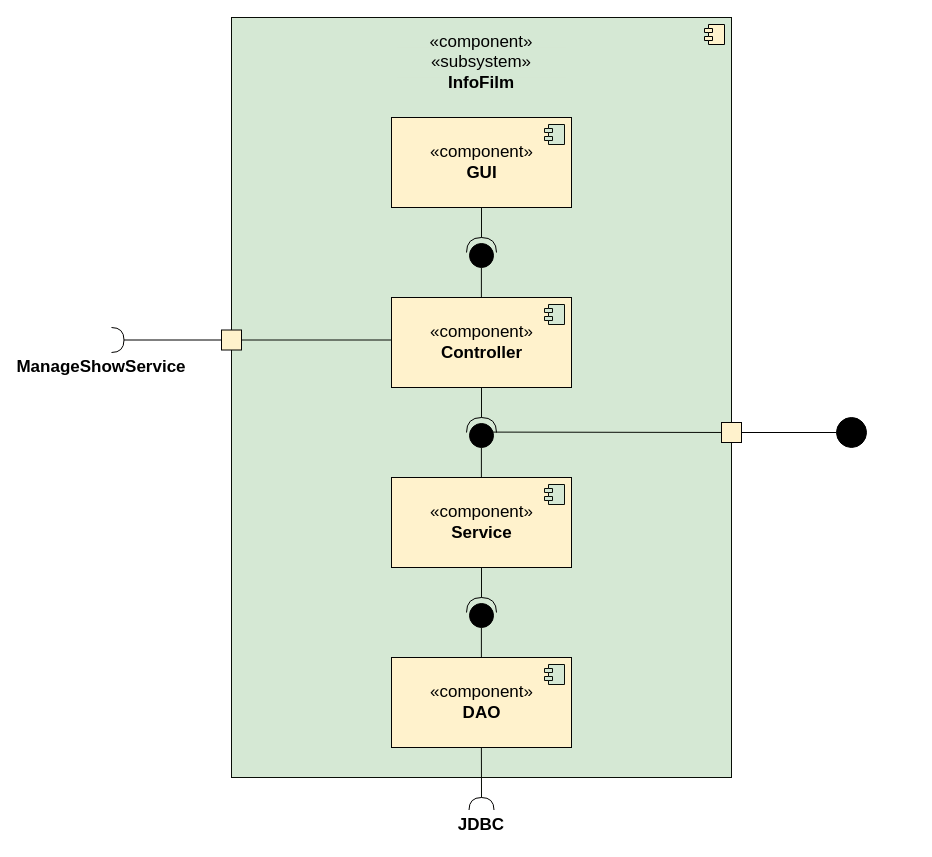
Earlier version of the draw.io diagram page "Page-4" (4 of 10) of Docs/Architectural Diagram.drawio (BlooDMasK/UniCinema). Source tidied: cells renumbered, new cells numbered last; positions are measured from the earlier drawing's top-left corner, leaving out a move shared by most shapes. Both pictures are drawn from the tidied source at 100%, with x=0, y=0 at pixel (71, 17).
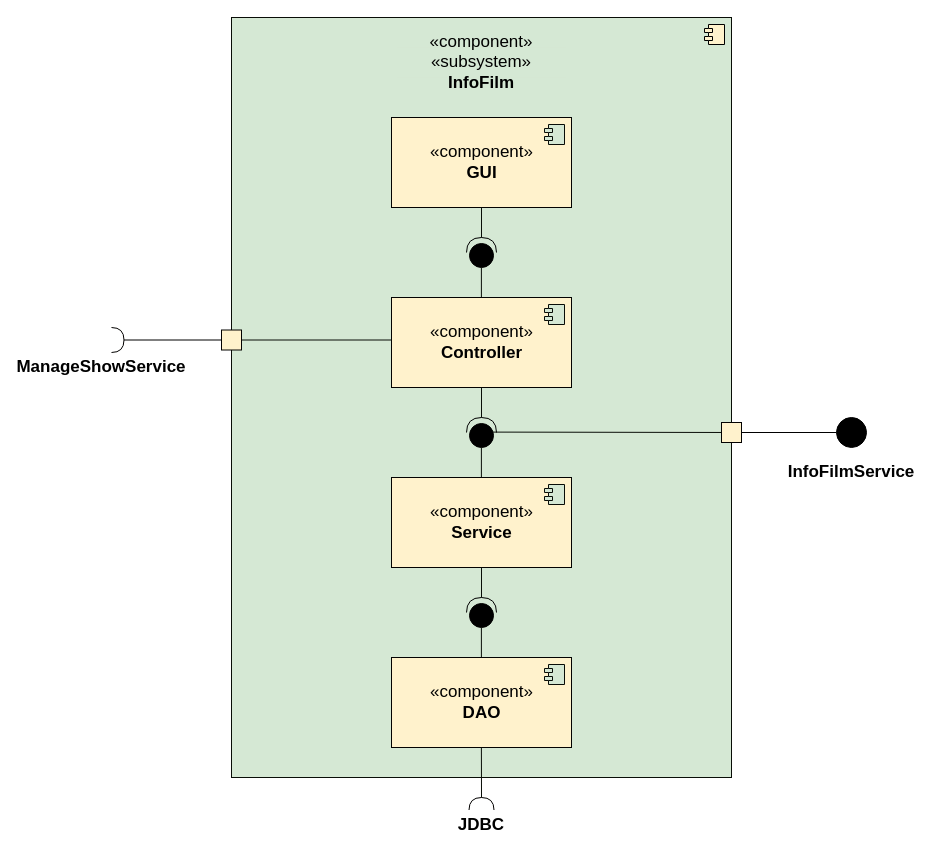
The same diagram, later.

What changed in the source:
```diff
@@
+    <mxCell id="34" value="&lt;b style=&quot;font-size: 17px&quot;&gt;InfoFilmService&lt;/b&gt;" style="text;html=1;strokeColor=none;fillColor=none;align=center;verticalAlign=middle;whiteSpace=wrap;rounded=0;fontSize=17;" parent="1" vertex="1">
+      <mxGeometry x="750" y="440" width="60" height="30" as="geometry" />
+    </mxCell>
```
